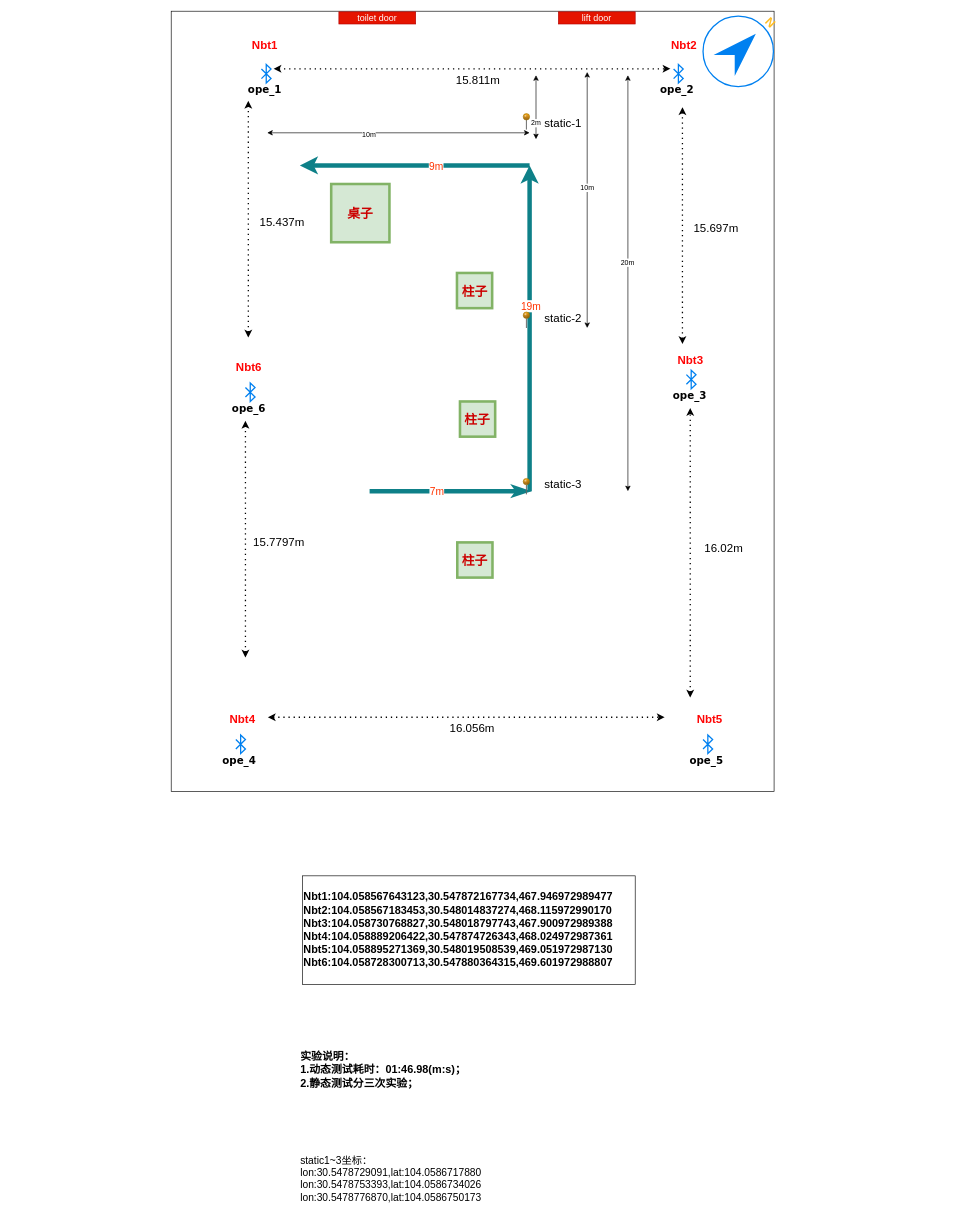
This is page "ope环境和测试轨迹" (5 of 5) of TotalStation/位置信息标注.drawio from Joiner12/Position, a draw.io file, before an edit. Source tidied: cells renumbered, new cells numbered last; positions are measured from the earlier drawing's top-left corner, leaving out a move shared by most shapes. Both pictures are drawn from the tidied source at 64%, with x=0, y=0 at pixel (171, 11).
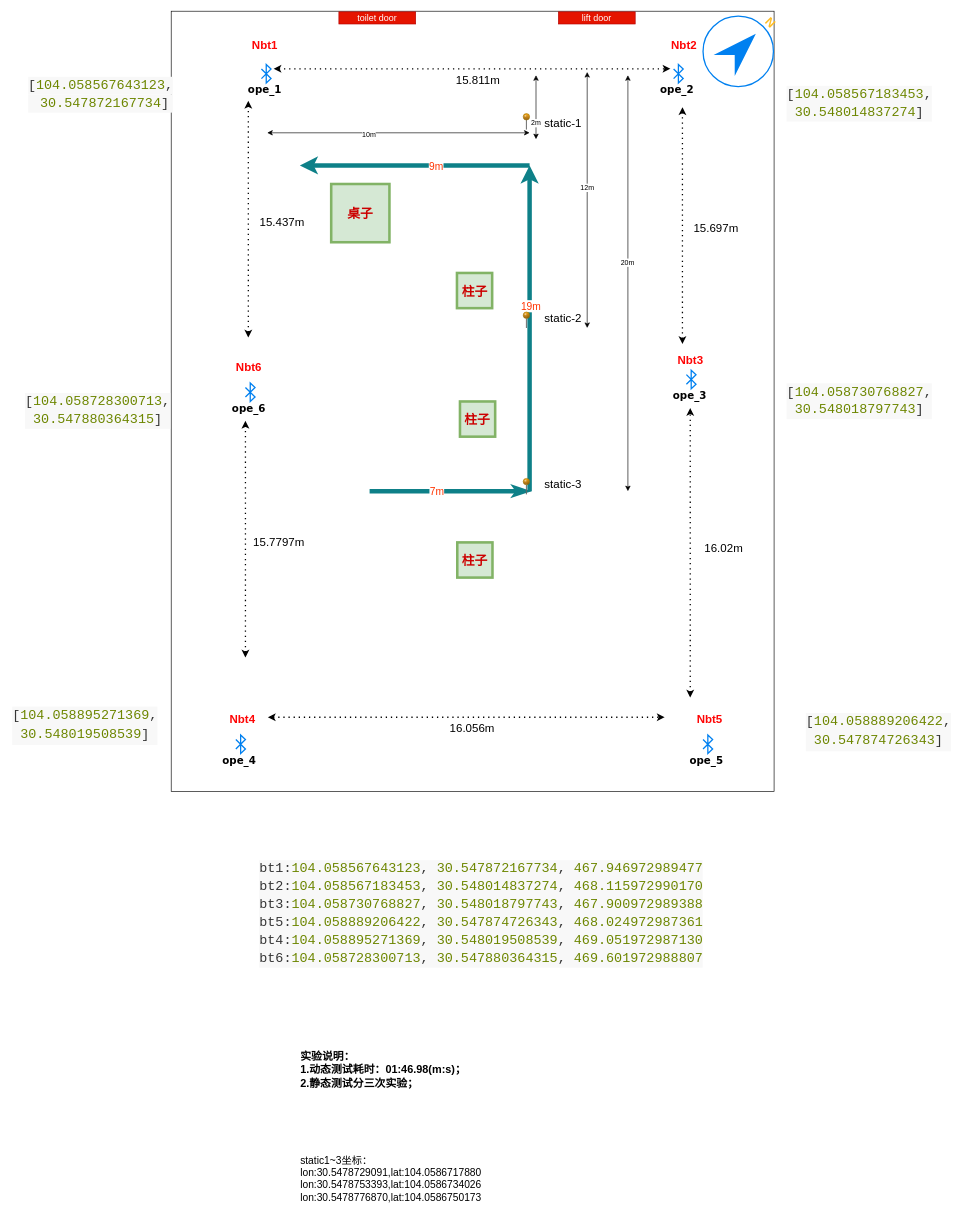
After the change.

The change refers to these unchanged cells:
```xml
<mxCell id="75" style="endArrow=classic;startArrow=classic;html=1;" parent="1" edge="1">
  <mxGeometry relative="1" as="geometry">
    <mxPoint x="650" y="495" as="sourcePoint" />
    <mxPoint x="650" y="95" as="targetPoint" />
  </mxGeometry>
</mxCell>
```

What changed in the source:
```diff
@@
-    <mxCell id="2" value="&lt;div style=&quot;font-size: 17px&quot;&gt;&lt;font style=&quot;font-size: 17px&quot;&gt;&lt;b&gt;Nbt1:104.058567643123,30.547872167734,467.946972989477&lt;/b&gt;&lt;/font&gt;&lt;/div&gt;&lt;div style=&quot;font-size: 17px&quot;&gt;&lt;font style=&quot;font-size: 17px&quot;&gt;&lt;b&gt;Nbt2:104.058567183453,30.548014837274,468.115972990170&lt;/b&gt;&lt;/font&gt;&lt;/div&gt;&lt;div style=&quot;font-size: 17px&quot;&gt;&lt;font style=&quot;font-size: 17px&quot;&gt;&lt;b&gt;Nbt3:104.058730768827,30.548018797743,467.900972989388&lt;/b&gt;&lt;/font&gt;&lt;/div&gt;&lt;div style=&quot;font-size: 17px&quot;&gt;&lt;font style=&quot;font-size: 17px&quot;&gt;&lt;b&gt;Nbt4:104.058889206422,30.547874726343,468.024972987361&lt;/b&gt;&lt;/font&gt;&lt;/div&gt;&lt;div style=&quot;font-size: 17px&quot;&gt;&lt;font style=&quot;font-size: 17px&quot;&gt;&lt;b&gt;Nbt5:104.058895271369,30.548019508539,469.051972987130&lt;/b&gt;&lt;/font&gt;&lt;/div&gt;&lt;div style=&quot;font-size: 17px&quot;&gt;&lt;font style=&quot;font-size: 17px&quot;&gt;&lt;b&gt;Nbt6:104.058728300713,30.547880364315,469.601972988807&lt;/b&gt;&lt;/font&gt;&lt;/div&gt;" style="whiteSpace=wrap;html=1;gradientColor=#ffffff;fontSize=15;align=left;" parent="1" vertex="1">
-      <mxGeometry x="205" y="1351" width="520" height="170" as="geometry" />
-    </mxCell>
     <mxCell id="3" style="group;" parent="1" vertex="1">
-      <mxGeometry x="113" y="69" width="1017" height="1150" as="geometry" />
+      <mxGeometry x="113" y="69" width="1107" height="1150" as="geometry" />
     </mxCell>
@@
+    <mxCell id="78" value="&lt;div style=&quot;color: rgb(53, 53, 53); background-color: rgb(248, 248, 248); font-family: consolas, &amp;quot;courier new&amp;quot;, monospace; font-weight: normal; font-size: 21px; line-height: 28px;&quot;&gt;&lt;div&gt;&lt;span style=&quot;color: #353535&quot;&gt;[&lt;/span&gt;&lt;span style=&quot;color: #6d8600&quot;&gt;104.058567183453&lt;/span&gt;&lt;span style=&quot;color: #353535&quot;&gt;,&lt;/span&gt;&lt;/div&gt;&lt;div&gt;&lt;span style=&quot;color: #353535&quot;&gt;&amp;nbsp;&lt;/span&gt;&lt;span style=&quot;color: #6d8600&quot;&gt;30.548014837274&lt;/span&gt;&lt;span style=&quot;color: #353535&quot;&gt;]&lt;/span&gt;&lt;/div&gt;&lt;/div&gt;" style="text;whiteSpace=wrap;html=1;" parent="3" vertex="1">
+      <mxGeometry x="847" y="41" width="230" height="70" as="geometry" />
+    </mxCell>
+    <mxCell id="79" value="&lt;div style=&quot;color: rgb(53, 53, 53); background-color: rgb(248, 248, 248); font-family: consolas, &amp;quot;courier new&amp;quot;, monospace; font-weight: normal; font-size: 21px; line-height: 28px;&quot;&gt;&lt;div&gt;&lt;span style=&quot;color: #353535&quot;&gt;[&lt;/span&gt;&lt;span style=&quot;color: #6d8600&quot;&gt;104.058730768827&lt;/span&gt;&lt;span style=&quot;color: #353535&quot;&gt;,&lt;/span&gt;&lt;/div&gt;&lt;div&gt;&lt;span style=&quot;color: #353535&quot;&gt;&amp;nbsp;&lt;/span&gt;&lt;span style=&quot;color: #6d8600&quot;&gt;30.548018797743&lt;/span&gt;&lt;span style=&quot;color: #353535&quot;&gt;]&lt;/span&gt;&lt;/div&gt;&lt;/div&gt;" style="text;whiteSpace=wrap;html=1;" parent="3" vertex="1">
+      <mxGeometry x="847" y="505.5" width="230" height="70" as="geometry" />
+    </mxCell>
+    <mxCell id="80" value="&lt;div style=&quot;background-color: rgb(248 , 248 , 248) ; line-height: 28px&quot;&gt;&lt;div&gt;&lt;span style=&quot;color: rgb(53 , 53 , 53) ; font-family: &amp;#34;consolas&amp;#34; , &amp;#34;courier new&amp;#34; , monospace ; font-size: 21px ; font-weight: normal&quot;&gt;[&lt;/span&gt;&lt;font color=&quot;#6d8600&quot; face=&quot;consolas, courier new, monospace&quot;&gt;&lt;span style=&quot;font-size: 21px&quot;&gt;104.058889206422&lt;/span&gt;&lt;/font&gt;&lt;font color=&quot;#353535&quot; face=&quot;consolas, courier new, monospace&quot;&gt;&lt;span style=&quot;font-size: 21px&quot;&gt;,&lt;/span&gt;&lt;/font&gt;&lt;/div&gt;&lt;div&gt;&lt;span style=&quot;color: rgb(53 , 53 , 53) ; font-family: &amp;#34;consolas&amp;#34; , &amp;#34;courier new&amp;#34; , monospace ; font-size: 21px ; font-weight: normal&quot;&gt;&amp;nbsp;&lt;/span&gt;&lt;font color=&quot;#6d8600&quot; face=&quot;consolas, courier new, monospace&quot;&gt;&lt;span style=&quot;font-size: 21px&quot;&gt;30.547874726343&lt;/span&gt;&lt;/font&gt;&lt;font color=&quot;#353535&quot; face=&quot;consolas, courier new, monospace&quot;&gt;&lt;span style=&quot;font-size: 21px&quot;&gt;]&lt;/span&gt;&lt;/font&gt;&lt;/div&gt;&lt;/div&gt;" style="text;whiteSpace=wrap;html=1;" parent="3" vertex="1">
+      <mxGeometry x="877" y="1021" width="230" height="70" as="geometry" />
+    </mxCell>
@@
     <mxCell id="65" style="endArrow=classic;dashed=1;html=1;dashPattern=1 3;strokeWidth=2;startArrow=classic;startFill=1;endFill=1;" parent="1" edge="1">
-      <mxGeometry x="963" y="-1129" as="geometry">
+      <mxGeometry x="1253" y="-969" as="geometry">
         <mxPoint x="160" y="90" as="sourcePoint" />
         <mxPoint x="780" y="90" as="targetPoint" />
       </mxGeometry>
     </mxCell>
     <mxCell id="66" style="endArrow=classic;dashed=1;html=1;dashPattern=1 3;strokeWidth=2;startArrow=classic;startFill=1;endFill=1;" parent="1" edge="1">
-      <mxGeometry x="963" y="-1129" as="geometry">
+      <mxGeometry x="1253" y="-969" as="geometry">
         <mxPoint x="120.5" y="510" as="sourcePoint" />
         <mxPoint x="120.5" y="140" as="targetPoint" />
       </mxGeometry>
     </mxCell>
@@
     <mxCell id="68" style="endArrow=classic;dashed=1;html=1;dashPattern=1 3;strokeWidth=2;startArrow=classic;startFill=1;endFill=1;" parent="1" edge="1">
-      <mxGeometry x="963" y="-1129" as="geometry">
+      <mxGeometry x="1253" y="-969" as="geometry">
         <mxPoint x="116" y="1010" as="sourcePoint" />
         <mxPoint x="116" y="640" as="targetPoint" />
       </mxGeometry>
     </mxCell>
@@
-    <mxCell id="76" value="10m" style="edgeLabel;html=1;align=center;verticalAlign=middle;" parent="75" vertex="1">
+    <mxCell id="76" value="12m" style="edgeLabel;html=1;align=center;verticalAlign=middle;" parent="75" vertex="1">
       <mxGeometry x="0.1" y="1" relative="1" as="geometry" />
     </mxCell>
@@
+    <mxCell id="81" value="&lt;div style=&quot;color: rgb(53 , 53 , 53) ; background-color: rgb(248 , 248 , 248) ; font-family: &amp;#34;consolas&amp;#34; , &amp;#34;courier new&amp;#34; , monospace ; font-size: 21px ; line-height: 28px&quot;&gt;[&lt;span style=&quot;color: #6d8600&quot;&gt;104.058567643123&lt;/span&gt;,&lt;/div&gt;&lt;div style=&quot;color: rgb(53 , 53 , 53) ; background-color: rgb(248 , 248 , 248) ; font-family: &amp;#34;consolas&amp;#34; , &amp;#34;courier new&amp;#34; , monospace ; font-size: 21px ; line-height: 28px&quot;&gt;&amp;nbsp;&lt;span style=&quot;color: #6d8600&quot;&gt;30.547872167734&lt;/span&gt;]&lt;/div&gt;" style="text;html=1;strokeColor=none;fillColor=none;align=center;verticalAlign=middle;whiteSpace=wrap;rounded=0;" parent="1" vertex="1">
+      <mxGeometry x="-130" y="120" width="40" height="20" as="geometry" />
+    </mxCell>
+    <mxCell id="82" value="&lt;div style=&quot;color: rgb(53, 53, 53); background-color: rgb(248, 248, 248); font-family: consolas, &amp;quot;courier new&amp;quot;, monospace; font-weight: normal; font-size: 21px; line-height: 28px;&quot;&gt;&lt;div&gt;&lt;span style=&quot;color: #353535&quot;&gt;[&lt;/span&gt;&lt;span style=&quot;color: #6d8600&quot;&gt;104.058728300713&lt;/span&gt;&lt;span style=&quot;color: #353535&quot;&gt;,&lt;/span&gt;&lt;/div&gt;&lt;div&gt;&lt;span style=&quot;color: #353535&quot;&gt;&amp;nbsp;&lt;/span&gt;&lt;span style=&quot;color: #6d8600&quot;&gt;30.547880364315&lt;/span&gt;&lt;span style=&quot;color: #353535&quot;&gt;]&lt;/span&gt;&lt;/div&gt;&lt;/div&gt;" style="text;whiteSpace=wrap;html=1;" parent="1" vertex="1">
+      <mxGeometry x="-230" y="590" width="230" height="70" as="geometry" />
+    </mxCell>
+    <mxCell id="83" value="&lt;div style=&quot;background-color: rgb(248 , 248 , 248) ; line-height: 28px&quot;&gt;&lt;div&gt;&lt;span style=&quot;color: rgb(53 , 53 , 53) ; font-family: &amp;#34;consolas&amp;#34; , &amp;#34;courier new&amp;#34; , monospace ; font-size: 21px ; font-weight: normal&quot;&gt;[&lt;/span&gt;&lt;font color=&quot;#6d8600&quot; face=&quot;consolas, courier new, monospace&quot;&gt;&lt;span style=&quot;font-size: 21px&quot;&gt;104.058895271369&lt;/span&gt;&lt;/font&gt;&lt;font color=&quot;#353535&quot; face=&quot;consolas, courier new, monospace&quot;&gt;&lt;span style=&quot;font-size: 21px&quot;&gt;,&lt;/span&gt;&lt;/font&gt;&lt;/div&gt;&lt;div&gt;&lt;span style=&quot;color: rgb(53 , 53 , 53) ; font-family: &amp;#34;consolas&amp;#34; , &amp;#34;courier new&amp;#34; , monospace ; font-size: 21px ; font-weight: normal&quot;&gt;&amp;nbsp;&lt;/span&gt;&lt;font color=&quot;#6d8600&quot; face=&quot;consolas, courier new, monospace&quot;&gt;&lt;span style=&quot;font-size: 21px&quot;&gt;30.548019508539&lt;/span&gt;&lt;/font&gt;&lt;font color=&quot;#353535&quot; face=&quot;consolas, courier new, monospace&quot;&gt;&lt;span style=&quot;font-size: 21px&quot;&gt;]&lt;/span&gt;&lt;/font&gt;&lt;/div&gt;&lt;/div&gt;" style="text;whiteSpace=wrap;html=1;" parent="1" vertex="1">
+      <mxGeometry x="-250" y="1080" width="230" height="70" as="geometry" />
+    </mxCell>
+    <mxCell id="84" value="&lt;div style=&quot;color: rgb(53, 53, 53); background-color: rgb(248, 248, 248); font-family: consolas, &amp;quot;courier new&amp;quot;, monospace; font-weight: normal; font-size: 21px; line-height: 28px;&quot;&gt;&lt;div&gt;&lt;span style=&quot;color: #353535&quot;&gt;bt1:&lt;/span&gt;&lt;span style=&quot;color: #6d8600&quot;&gt;104.058567643123&lt;/span&gt;&lt;span style=&quot;color: #353535&quot;&gt;,&amp;nbsp;&lt;/span&gt;&lt;span style=&quot;color: #6d8600&quot;&gt;30.547872167734&lt;/span&gt;&lt;span style=&quot;color: #353535&quot;&gt;,&amp;nbsp;&lt;/span&gt;&lt;span style=&quot;color: #6d8600&quot;&gt;467.946972989477&lt;/span&gt;&lt;/div&gt;&lt;div&gt;&lt;span style=&quot;color: #353535&quot;&gt;bt2:&lt;/span&gt;&lt;span style=&quot;color: #6d8600&quot;&gt;104.058567183453&lt;/span&gt;&lt;span style=&quot;color: #353535&quot;&gt;,&amp;nbsp;&lt;/span&gt;&lt;span style=&quot;color: #6d8600&quot;&gt;30.548014837274&lt;/span&gt;&lt;span style=&quot;color: #353535&quot;&gt;,&amp;nbsp;&lt;/span&gt;&lt;span style=&quot;color: #6d8600&quot;&gt;468.115972990170&lt;/span&gt;&lt;/div&gt;&lt;div&gt;&lt;span style=&quot;color: #353535&quot;&gt;bt3:&lt;/span&gt;&lt;span style=&quot;color: #6d8600&quot;&gt;104.058730768827&lt;/span&gt;&lt;span style=&quot;color: #353535&quot;&gt;,&amp;nbsp;&lt;/span&gt;&lt;span style=&quot;color: #6d8600&quot;&gt;30.548018797743&lt;/span&gt;&lt;span style=&quot;color: #353535&quot;&gt;,&amp;nbsp;&lt;/span&gt;&lt;span style=&quot;color: #6d8600&quot;&gt;467.900972989388&lt;/span&gt;&lt;/div&gt;&lt;div&gt;&lt;span style=&quot;color: #353535&quot;&gt;bt5:&lt;/span&gt;&lt;span style=&quot;color: #6d8600&quot;&gt;104.058889206422&lt;/span&gt;&lt;span style=&quot;color: #353535&quot;&gt;,&amp;nbsp;&lt;/span&gt;&lt;span style=&quot;color: #6d8600&quot;&gt;30.547874726343&lt;/span&gt;&lt;span style=&quot;color: #353535&quot;&gt;,&amp;nbsp;&lt;/span&gt;&lt;span style=&quot;color: #6d8600&quot;&gt;468.024972987361&lt;/span&gt;&lt;/div&gt;&lt;div&gt;&lt;span style=&quot;color: #353535&quot;&gt;bt4:&lt;/span&gt;&lt;span style=&quot;color: #6d8600&quot;&gt;104.058895271369&lt;/span&gt;&lt;span style=&quot;color: #353535&quot;&gt;,&amp;nbsp;&lt;/span&gt;&lt;span style=&quot;color: #6d8600&quot;&gt;30.548019508539&lt;/span&gt;&lt;span style=&quot;color: #353535&quot;&gt;,&amp;nbsp;&lt;/span&gt;&lt;span style=&quot;color: #6d8600&quot;&gt;469.051972987130&lt;/span&gt;&lt;/div&gt;&lt;div&gt;&lt;span style=&quot;color: #353535&quot;&gt;bt6:&lt;/span&gt;&lt;span style=&quot;color: #6d8600&quot;&gt;104.058728300713&lt;/span&gt;&lt;span style=&quot;color: #353535&quot;&gt;,&amp;nbsp;&lt;/span&gt;&lt;span style=&quot;color: #6d8600&quot;&gt;30.547880364315&lt;/span&gt;&lt;span style=&quot;color: #353535&quot;&gt;,&amp;nbsp;&lt;/span&gt;&lt;span style=&quot;color: #6d8600&quot;&gt;469.601972988807&lt;/span&gt;&lt;/div&gt;&lt;/div&gt;" style="text;whiteSpace=wrap;html=1;" parent="1" vertex="1">
+      <mxGeometry x="136" y="1320" width="684" height="190" as="geometry" />
+    </mxCell>
```
